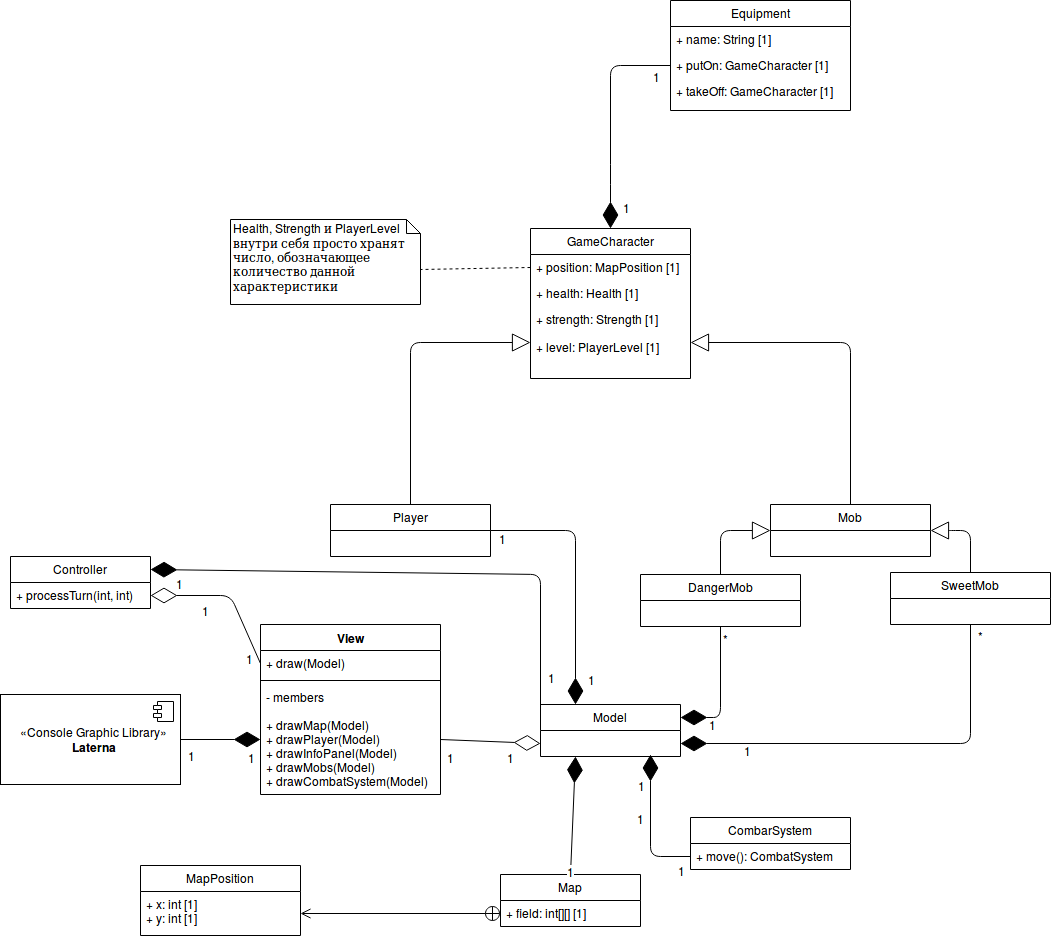
Before: hw06/ClassDiagram.png, a diagram exported from draw.io (RamSaw/SoftwareDesign). Source tidied: cells renumbered, new cells last; positions are measured from the earlier drawing's top-left corner, leaving out a move shared by most shapes.
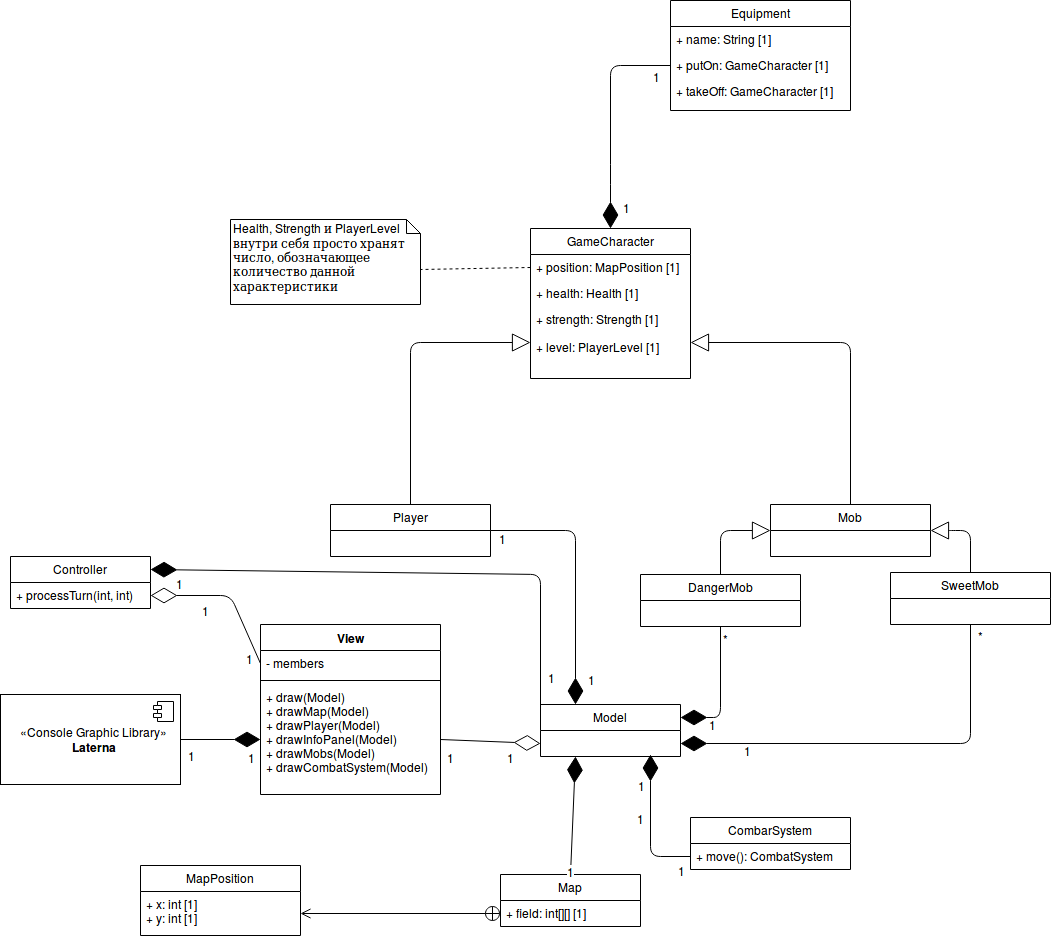
The same file after the commit.

The edit, as a diff of the source:
```diff
@@ -5,13 +5,13 @@
     <mxCell id="2" value="View" style="swimlane;fontStyle=1;align=center;verticalAlign=top;horizontal=1;startSize=26;" parent="1" vertex="1">
       <mxGeometry x="260" y="624" width="180" height="170" as="geometry" />
     </mxCell>
-    <mxCell id="3" value="+ draw(Model)" style="text;strokeColor=none;fillColor=none;align=left;verticalAlign=top;spacingLeft=4;spacingRight=4;overflow=hidden;points=[[0,0.5],[1,0.5]];portConstraint=eastwest;" parent="2" vertex="1">
+    <mxCell id="3" value="- members&#10;" style="text;strokeColor=none;fillColor=none;align=left;verticalAlign=top;spacingLeft=4;spacingRight=4;overflow=hidden;points=[[0,0.5],[1,0.5]];portConstraint=eastwest;" parent="2" vertex="1">
       <mxGeometry y="26" width="180" height="26" as="geometry" />
     </mxCell>
     <mxCell id="4" style="line;strokeWidth=1;fillColor=none;align=left;verticalAlign=middle;spacingTop=-1;spacingLeft=3;spacingRight=3;labelPosition=right;" parent="2" vertex="1">
       <mxGeometry y="52" width="180" height="8" as="geometry" />
     </mxCell>
-    <mxCell id="5" value="- members&#10;&#10;+ drawMap(Model)&#10;+ drawPlayer(Model)&#10;+ drawInfoPanel(Model)&#10;+ drawMobs(Model)&#10;+ drawCombatSystem(Model)&#10;" style="text;strokeColor=none;fillColor=none;align=left;verticalAlign=top;spacingLeft=4;spacingRight=4;overflow=hidden;points=[[0,0.5],[1,0.5]];portConstraint=eastwest;" parent="2" vertex="1">
+    <mxCell id="5" value="+ draw(Model)&#10;+ drawMap(Model)&#10;+ drawPlayer(Model)&#10;+ drawInfoPanel(Model)&#10;+ drawMobs(Model)&#10;+ drawCombatSystem(Model)&#10;" style="text;strokeColor=none;fillColor=none;align=left;verticalAlign=top;spacingLeft=4;spacingRight=4;overflow=hidden;points=[[0,0.5],[1,0.5]];portConstraint=eastwest;" parent="2" vertex="1">
       <mxGeometry y="60" width="180" height="110" as="geometry" />
     </mxCell>
     <mxCell id="6" style="endArrow=diamondThin;endFill=1;endSize=24;html=1;entryX=0;entryY=0.5;entryDx=0;entryDy=0;exitX=1;exitY=0.5;exitDx=0;exitDy=0;" parent="1" edge="1" source="9" target="5">
```
